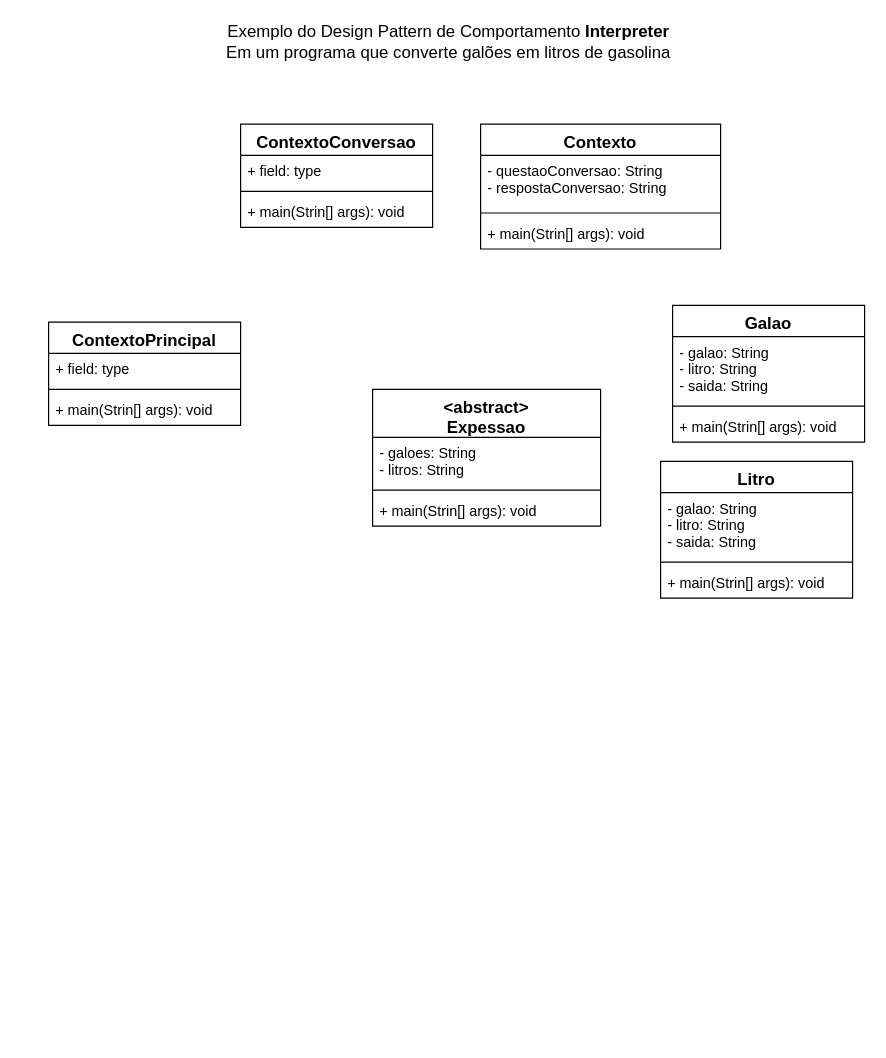
Earlier version of the draw.io diagram 3des/projetos/aula22/workspace/ComportamentoInterpreter/docs/exInterpreter.drawio (wellifabio/senai2021). Source tidied: cells renumbered, new cells numbered last; positions are measured from the earlier drawing's top-left corner, leaving out a move shared by most shapes. Both pictures are drawn from the tidied source at 120%, with x=0, y=0 at pixel (48, 29).
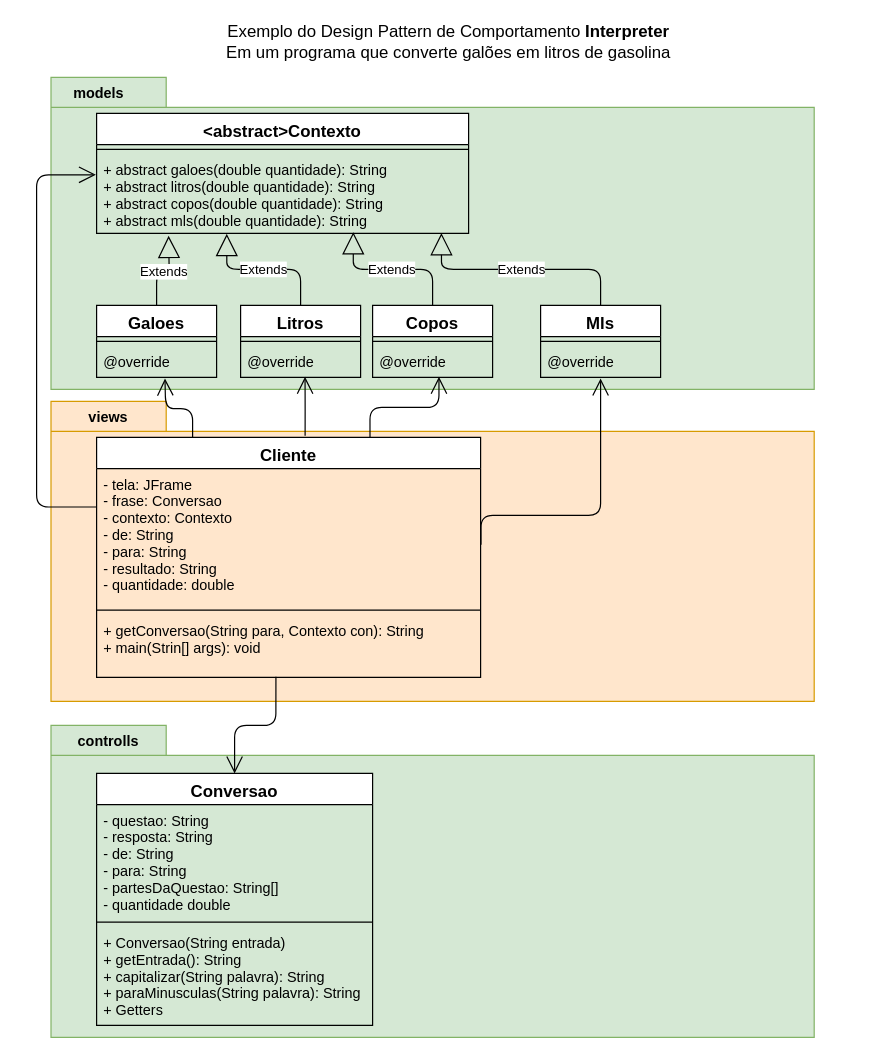
Above is the later version.

Commit message (it also covers changes not shown here):
3des projetos dsign pattern interpreter

What changed in the source:
```diff
@@
+    <mxCell id="27" style="shape=folder;fontStyle=1;spacingTop=10;tabWidth=96;tabHeight=25;tabPosition=left;html=1;fillColor=#d5e8d4;strokeColor=#82b366;" parent="1" vertex="1">
+      <mxGeometry x="2" y="40" width="636" height="260" as="geometry" />
+    </mxCell>
+    <mxCell id="28" style="shape=folder;fontStyle=1;spacingTop=10;tabWidth=96;tabHeight=25;tabPosition=left;html=1;fillColor=#d5e8d4;strokeColor=#82b366;" parent="1" vertex="1">
+      <mxGeometry x="2" y="580" width="636" height="260" as="geometry" />
+    </mxCell>
+    <mxCell id="29" style="shape=folder;fontStyle=1;spacingTop=10;tabWidth=96;tabHeight=25;tabPosition=left;html=1;fillColor=#ffe6cc;strokeColor=#d79b00;" parent="1" vertex="1">
+      <mxGeometry x="2" y="310" width="636" height="250" as="geometry" />
+    </mxCell>
@@
-    <mxCell id="3" value="ContextoConversao" style="swimlane;fontStyle=1;align=center;verticalAlign=top;horizontal=1;startSize=26;fontSize=14;" parent="1" vertex="1">
-      <mxGeometry x="160" y="79" width="160" height="86" as="geometry" />
+    <mxCell id="3" value="Conversao" style="swimlane;fontStyle=1;align=center;verticalAlign=top;horizontal=1;startSize=26;fontSize=14;" parent="1" vertex="1">
+      <mxGeometry x="40" y="620" width="230" height="210" as="geometry" />
     </mxCell>
-    <mxCell id="4" value="+ field: type" style="text;strokeColor=none;fillColor=none;align=left;verticalAlign=top;spacingLeft=4;spacingRight=4;overflow=hidden;" parent="3" vertex="1">
-      <mxGeometry y="26" width="160" height="26" as="geometry" />
+    <mxCell id="4" value="- questao: String&#10;- resposta: String&#10;- de: String&#10;- para: String&#10;- partesDaQuestao: String[]&#10;- quantidade double" style="text;strokeColor=none;fillColor=none;align=left;verticalAlign=top;spacingLeft=4;spacingRight=4;overflow=hidden;" parent="3" vertex="1">
+      <mxGeometry y="26" width="230" height="94" as="geometry" />
     </mxCell>
     <mxCell id="5" style="line;strokeWidth=1;fillColor=none;align=left;verticalAlign=middle;spacingTop=-1;spacingLeft=3;spacingRight=3;labelPosition=right;" parent="3" vertex="1">
-      <mxGeometry y="52" width="160" height="8" as="geometry" />
+      <mxGeometry y="120" width="230" height="8" as="geometry" />
     </mxCell>
-    <mxCell id="6" value="+ main(Strin[] args): void" style="text;strokeColor=none;fillColor=none;align=left;verticalAlign=top;spacingLeft=4;spacingRight=4;overflow=hidden;" parent="3" vertex="1">
-      <mxGeometry y="60" width="160" height="26" as="geometry" />
+    <mxCell id="6" value="+ Conversao(String entrada)&#10;+ getEntrada(): String&#10;+ capitalizar(String palavra): String&#10;+ paraMinusculas(String palavra): String&#10;+ Getters" style="text;strokeColor=none;fillColor=none;align=left;verticalAlign=top;spacingLeft=4;spacingRight=4;overflow=hidden;" parent="3" vertex="1">
+      <mxGeometry y="128" width="230" height="82" as="geometry" />
     </mxCell>
-    <mxCell id="7" value="Contexto" style="swimlane;fontStyle=1;align=center;verticalAlign=top;horizontal=1;startSize=26;fontSize=14;" parent="1" vertex="1">
-      <mxGeometry x="360" y="79" width="200" height="104" as="geometry" />
+    <mxCell id="7" value="&lt;abstract&gt;Contexto" style="swimlane;fontStyle=1;align=center;verticalAlign=top;horizontal=1;startSize=26;fontSize=14;" parent="1" vertex="1">
+      <mxGeometry x="40" y="70" width="310" height="100" as="geometry" />
     </mxCell>
-    <mxCell id="8" value="- questaoConversao: String&#10;- respostaConversao: String" style="text;strokeColor=none;fillColor=none;align=left;verticalAlign=top;spacingLeft=4;spacingRight=4;overflow=hidden;" parent="7" vertex="1">
-      <mxGeometry y="26" width="200" height="44" as="geometry" />
-    </mxCell>
     <mxCell id="9" style="line;strokeWidth=1;fillColor=none;align=left;verticalAlign=middle;spacingTop=-1;spacingLeft=3;spacingRight=3;labelPosition=right;" parent="7" vertex="1">
-      <mxGeometry y="70" width="200" height="8" as="geometry" />
+      <mxGeometry y="26" width="310" height="8" as="geometry" />
     </mxCell>
-    <mxCell id="10" value="+ main(Strin[] args): void" style="text;strokeColor=none;fillColor=none;align=left;verticalAlign=top;spacingLeft=4;spacingRight=4;overflow=hidden;points=[[0,0.5],[1,0.5]];portConstraint=eastwest;" parent="7" vertex="1">
-      <mxGeometry y="78" width="200" height="26" as="geometry" />
+    <mxCell id="10" value="+ abstract galoes(double quantidade): String&#10;+ abstract litros(double quantidade): String&#10;+ abstract copos(double quantidade): String&#10;+ abstract mls(double quantidade): String" style="text;strokeColor=none;fillColor=none;align=left;verticalAlign=top;spacingLeft=4;spacingRight=4;overflow=hidden;points=[[0,0.5],[1,0.5]];portConstraint=eastwest;" parent="7" vertex="1">
+      <mxGeometry y="34" width="310" height="66" as="geometry" />
     </mxCell>
-    <mxCell id="11" value="&lt;abstract&gt;&#10;Expessao" style="swimlane;fontStyle=1;align=center;verticalAlign=top;horizontal=1;startSize=40;fontSize=14;" parent="1" vertex="1">
-      <mxGeometry x="270" y="300" width="190" height="114" as="geometry" />
-    </mxCell>
-    <mxCell id="12" value="- galoes: String&#10;- litros: String" style="text;strokeColor=none;fillColor=none;align=left;verticalAlign=top;spacingLeft=4;spacingRight=4;overflow=hidden;" parent="11" vertex="1">
-      <mxGeometry y="40" width="190" height="40" as="geometry" />
-    </mxCell>
-    <mxCell id="13" style="line;strokeWidth=1;fillColor=none;align=left;verticalAlign=middle;spacingTop=-1;spacingLeft=3;spacingRight=3;labelPosition=right;" parent="11" vertex="1">
-      <mxGeometry y="80" width="190" height="8" as="geometry" />
-    </mxCell>
-    <mxCell id="14" value="+ main(Strin[] args): void" style="text;strokeColor=none;fillColor=none;align=left;verticalAlign=top;spacingLeft=4;spacingRight=4;overflow=hidden;" parent="11" vertex="1">
-      <mxGeometry y="88" width="190" height="26" as="geometry" />
-    </mxCell>
-    <mxCell id="15" value="Galao" style="swimlane;fontStyle=1;align=center;verticalAlign=top;horizontal=1;startSize=26;fontSize=14;" parent="1" vertex="1">
-      <mxGeometry x="520" y="230" width="160" height="114" as="geometry" />
-    </mxCell>
-    <mxCell id="16" value="- galao: String&#10;- litro: String&#10;- saida: String" style="text;strokeColor=none;fillColor=none;align=left;verticalAlign=top;spacingLeft=4;spacingRight=4;overflow=hidden;" parent="15" vertex="1">
-      <mxGeometry y="26" width="160" height="54" as="geometry" />
-    </mxCell>
-    <mxCell id="17" style="line;strokeWidth=1;fillColor=none;align=left;verticalAlign=middle;spacingTop=-1;spacingLeft=3;spacingRight=3;labelPosition=right;" parent="15" vertex="1">
-      <mxGeometry y="80" width="160" height="8" as="geometry" />
-    </mxCell>
-    <mxCell id="18" value="+ main(Strin[] args): void" style="text;strokeColor=none;fillColor=none;align=left;verticalAlign=top;spacingLeft=4;spacingRight=4;overflow=hidden;" parent="15" vertex="1">
-      <mxGeometry y="88" width="160" height="26" as="geometry" />
-    </mxCell>
-    <mxCell id="19" value="Litro" style="swimlane;fontStyle=1;align=center;verticalAlign=top;horizontal=1;startSize=26;fontSize=14;" parent="1" vertex="1">
-      <mxGeometry x="510" y="360" width="160" height="114" as="geometry" />
-    </mxCell>
-    <mxCell id="20" value="- galao: String&#10;- litro: String&#10;- saida: String" style="text;strokeColor=none;fillColor=none;align=left;verticalAlign=top;spacingLeft=4;spacingRight=4;overflow=hidden;" parent="19" vertex="1">
-      <mxGeometry y="26" width="160" height="54" as="geometry" />
-    </mxCell>
-    <mxCell id="21" style="line;strokeWidth=1;fillColor=none;align=left;verticalAlign=middle;spacingTop=-1;spacingLeft=3;spacingRight=3;labelPosition=right;" parent="19" vertex="1">
-      <mxGeometry y="80" width="160" height="8" as="geometry" />
-    </mxCell>
-    <mxCell id="22" value="+ main(Strin[] args): void" style="text;strokeColor=none;fillColor=none;align=left;verticalAlign=top;spacingLeft=4;spacingRight=4;overflow=hidden;" parent="19" vertex="1">
-      <mxGeometry y="88" width="160" height="26" as="geometry" />
-    </mxCell>
-    <mxCell id="23" value="ContextoPrincipal" style="swimlane;fontStyle=1;align=center;verticalAlign=top;horizontal=1;startSize=26;fontSize=14;" parent="1" vertex="1">
-      <mxGeometry y="244" width="160" height="86" as="geometry" />
+    <mxCell id="23" value="Cliente" style="swimlane;fontStyle=1;align=center;verticalAlign=top;horizontal=1;startSize=26;fontSize=14;" parent="1" vertex="1">
+      <mxGeometry x="40" y="340" width="320" height="200" as="geometry" />
     </mxCell>
-    <mxCell id="24" value="+ field: type" style="text;strokeColor=none;fillColor=none;align=left;verticalAlign=top;spacingLeft=4;spacingRight=4;overflow=hidden;points=[[0,0.5],[1,0.5]];portConstraint=eastwest;" parent="23" vertex="1">
-      <mxGeometry y="26" width="160" height="26" as="geometry" />
+    <mxCell id="24" value="- tela: JFrame&#10;- frase: Conversao&#10;- contexto: Contexto&#10;- de: String&#10;- para: String&#10;- resultado: String&#10;- quantidade: double" style="text;strokeColor=none;fillColor=none;align=left;verticalAlign=top;spacingLeft=4;spacingRight=4;overflow=hidden;points=[[0,0.5],[1,0.5]];portConstraint=eastwest;" parent="23" vertex="1">
+      <mxGeometry y="26" width="320" height="114" as="geometry" />
     </mxCell>
     <mxCell id="25" style="line;strokeWidth=1;fillColor=none;align=left;verticalAlign=middle;spacingTop=-1;spacingLeft=3;spacingRight=3;labelPosition=right;" parent="23" vertex="1">
-      <mxGeometry y="52" width="160" height="8" as="geometry" />
+      <mxGeometry y="140" width="320" height="8" as="geometry" />
     </mxCell>
-    <mxCell id="26" value="+ main(Strin[] args): void" style="text;strokeColor=none;fillColor=none;align=left;verticalAlign=top;spacingLeft=4;spacingRight=4;overflow=hidden;points=[[0,0.5],[1,0.5]];portConstraint=eastwest;" parent="23" vertex="1">
-      <mxGeometry y="60" width="160" height="26" as="geometry" />
+    <mxCell id="26" value="+ getConversao(String para, Contexto con): String&#10;+ main(Strin[] args): void" style="text;strokeColor=none;fillColor=none;align=left;verticalAlign=top;spacingLeft=4;spacingRight=4;overflow=hidden;points=[[0,0.5],[1,0.5]];portConstraint=eastwest;" parent="23" vertex="1">
+      <mxGeometry y="148" width="320" height="52" as="geometry" />
     </mxCell>
+    <mxCell id="30" value="Galoes" style="swimlane;fontStyle=1;align=center;verticalAlign=top;horizontal=1;startSize=26;fontSize=14;" parent="1" vertex="1">
+      <mxGeometry x="40" y="230" width="100" height="60" as="geometry" />
+    </mxCell>
+    <mxCell id="31" style="line;strokeWidth=1;fillColor=none;align=left;verticalAlign=middle;spacingTop=-1;spacingLeft=3;spacingRight=3;labelPosition=right;" parent="30" vertex="1">
+      <mxGeometry y="26" width="100" height="8" as="geometry" />
+    </mxCell>
+    <mxCell id="32" value="@override" style="text;strokeColor=none;fillColor=none;align=left;verticalAlign=top;spacingLeft=4;spacingRight=4;overflow=hidden;" parent="30" vertex="1">
+      <mxGeometry y="34" width="100" height="26" as="geometry" />
+    </mxCell>
+    <mxCell id="33" value="Extends" style="endArrow=block;endSize=16;endFill=0;html=1;edgeStyle=orthogonalEdgeStyle;exitX=0.5;exitY=0;exitDx=0;exitDy=0;" parent="1" edge="1" source="30">
+      <mxGeometry relative="1" as="geometry">
+        <mxPoint x="100" y="172" as="targetPoint" />
+      </mxGeometry>
+    </mxCell>
+    <mxCell id="34" value="Litros" style="swimlane;fontStyle=1;align=center;verticalAlign=top;horizontal=1;startSize=26;fontSize=14;" parent="1" vertex="1">
+      <mxGeometry x="160" y="230" width="100" height="60" as="geometry" />
+    </mxCell>
+    <mxCell id="35" style="line;strokeWidth=1;fillColor=none;align=left;verticalAlign=middle;spacingTop=-1;spacingLeft=3;spacingRight=3;labelPosition=right;" parent="34" vertex="1">
+      <mxGeometry y="26" width="100" height="8" as="geometry" />
+    </mxCell>
+    <mxCell id="36" value="@override" style="text;strokeColor=none;fillColor=none;align=left;verticalAlign=top;spacingLeft=4;spacingRight=4;overflow=hidden;points=[[0,0.5],[1,0.5]];portConstraint=eastwest;" parent="34" vertex="1">
+      <mxGeometry y="34" width="100" height="26" as="geometry" />
+    </mxCell>
+    <mxCell id="37" value="Copos" style="swimlane;fontStyle=1;align=center;verticalAlign=top;horizontal=1;startSize=26;fontSize=14;" parent="1" vertex="1">
+      <mxGeometry x="270" y="230" width="100" height="60" as="geometry" />
+    </mxCell>
+    <mxCell id="38" style="line;strokeWidth=1;fillColor=none;align=left;verticalAlign=middle;spacingTop=-1;spacingLeft=3;spacingRight=3;labelPosition=right;" parent="37" vertex="1">
+      <mxGeometry y="26" width="100" height="8" as="geometry" />
+    </mxCell>
+    <mxCell id="39" value="@override" style="text;strokeColor=none;fillColor=none;align=left;verticalAlign=top;spacingLeft=4;spacingRight=4;overflow=hidden;points=[[0,0.5],[1,0.5]];portConstraint=eastwest;" parent="37" vertex="1">
+      <mxGeometry y="34" width="100" height="26" as="geometry" />
+    </mxCell>
+    <mxCell id="40" value="Mls" style="swimlane;fontStyle=1;align=center;verticalAlign=top;horizontal=1;startSize=26;fontSize=14;" parent="1" vertex="1">
+      <mxGeometry x="410" y="230" width="100" height="60" as="geometry" />
+    </mxCell>
+    <mxCell id="41" style="line;strokeWidth=1;fillColor=none;align=left;verticalAlign=middle;spacingTop=-1;spacingLeft=3;spacingRight=3;labelPosition=right;" parent="40" vertex="1">
+      <mxGeometry y="26" width="100" height="8" as="geometry" />
+    </mxCell>
+    <mxCell id="42" value="@override" style="text;strokeColor=none;fillColor=none;align=left;verticalAlign=top;spacingLeft=4;spacingRight=4;overflow=hidden;" parent="40" vertex="1">
+      <mxGeometry y="34" width="100" height="26" as="geometry" />
+    </mxCell>
+    <mxCell id="43" value="Extends" style="endArrow=block;endSize=16;endFill=0;html=1;edgeStyle=orthogonalEdgeStyle;entryX=0.35;entryY=1.006;entryDx=0;entryDy=0;entryPerimeter=0;" parent="1" edge="1" source="34" target="10">
+      <mxGeometry relative="1" as="geometry" />
+    </mxCell>
+    <mxCell id="44" value="Extends" style="endArrow=block;endSize=16;endFill=0;html=1;edgeStyle=orthogonalEdgeStyle;exitX=0.5;exitY=0;exitDx=0;exitDy=0;entryX=0.69;entryY=0.985;entryDx=0;entryDy=0;entryPerimeter=0;" parent="1" edge="1" source="37" target="10">
+      <mxGeometry relative="1" as="geometry" />
+    </mxCell>
+    <mxCell id="45" value="Extends" style="endArrow=block;endSize=16;endFill=0;html=1;edgeStyle=orthogonalEdgeStyle;exitX=0.5;exitY=0;exitDx=0;exitDy=0;entryX=0.927;entryY=0.996;entryDx=0;entryDy=0;entryPerimeter=0;" parent="1" edge="1" source="40" target="10">
+      <mxGeometry relative="1" as="geometry" />
+    </mxCell>
+    <mxCell id="46" style="endArrow=open;endFill=1;endSize=12;html=1;exitX=0.467;exitY=0.99;exitDx=0;exitDy=0;exitPerimeter=0;entryX=0.5;entryY=0;entryDx=0;entryDy=0;edgeStyle=orthogonalEdgeStyle;" parent="1" edge="1" source="26" target="3">
+      <mxGeometry relative="1" as="geometry" />
+    </mxCell>
+    <mxCell id="47" style="endArrow=open;endFill=1;endSize=12;html=1;entryX=-0.002;entryY=0.26;entryDx=0;entryDy=0;edgeStyle=orthogonalEdgeStyle;entryPerimeter=0;" parent="1" edge="1" source="24" target="10">
+      <mxGeometry relative="1" as="geometry">
+        <Array as="points">
+          <mxPoint x="-10" y="398" />
+          <mxPoint x="-10" y="121" />
+        </Array>
+      </mxGeometry>
+    </mxCell>
+    <mxCell id="48" style="endArrow=open;endFill=1;endSize=12;html=1;exitX=0.25;exitY=0;exitDx=0;exitDy=0;edgeStyle=orthogonalEdgeStyle;" parent="1" edge="1" source="23">
+      <mxGeometry relative="1" as="geometry">
+        <mxPoint x="97" y="291" as="targetPoint" />
+      </mxGeometry>
+    </mxCell>
+    <mxCell id="49" style="endArrow=open;endFill=1;endSize=12;html=1;exitX=0.543;exitY=-0.007;exitDx=0;exitDy=0;entryX=0.537;entryY=0.981;entryDx=0;entryDy=0;entryPerimeter=0;edgeStyle=orthogonalEdgeStyle;exitPerimeter=0;" parent="1" edge="1" source="23" target="36">
+      <mxGeometry relative="1" as="geometry" />
+    </mxCell>
+    <mxCell id="50" style="endArrow=open;endFill=1;endSize=12;html=1;exitX=0.712;exitY=0.002;exitDx=0;exitDy=0;exitPerimeter=0;entryX=0.553;entryY=0.981;entryDx=0;entryDy=0;entryPerimeter=0;edgeStyle=orthogonalEdgeStyle;" parent="1" edge="1" source="23" target="39">
+      <mxGeometry relative="1" as="geometry" />
+    </mxCell>
+    <mxCell id="51" style="endArrow=open;endFill=1;endSize=12;html=1;exitX=1.001;exitY=0.557;exitDx=0;exitDy=0;exitPerimeter=0;edgeStyle=orthogonalEdgeStyle;" parent="1" edge="1" source="24">
+      <mxGeometry relative="1" as="geometry">
+        <mxPoint x="460" y="291" as="targetPoint" />
+        <Array as="points">
+          <mxPoint x="460" y="405" />
+          <mxPoint x="460" y="291" />
+        </Array>
+      </mxGeometry>
+    </mxCell>
+    <mxCell id="52" value="models" style="text;align=center;fontStyle=1;verticalAlign=middle;spacingLeft=3;spacingRight=3;strokeColor=none;" parent="1" vertex="1">
+      <mxGeometry x="2" y="40" width="80" height="26" as="geometry" />
+    </mxCell>
+    <mxCell id="53" value="views" style="text;align=center;fontStyle=1;verticalAlign=middle;spacingLeft=3;spacingRight=3;strokeColor=none;" parent="1" vertex="1">
+      <mxGeometry x="10" y="310" width="80" height="26" as="geometry" />
+    </mxCell>
+    <mxCell id="54" value="controlls" style="text;align=center;fontStyle=1;verticalAlign=middle;spacingLeft=3;spacingRight=3;strokeColor=none;" parent="1" vertex="1">
+      <mxGeometry x="10" y="580" width="80" height="26" as="geometry" />
+    </mxCell>
```
